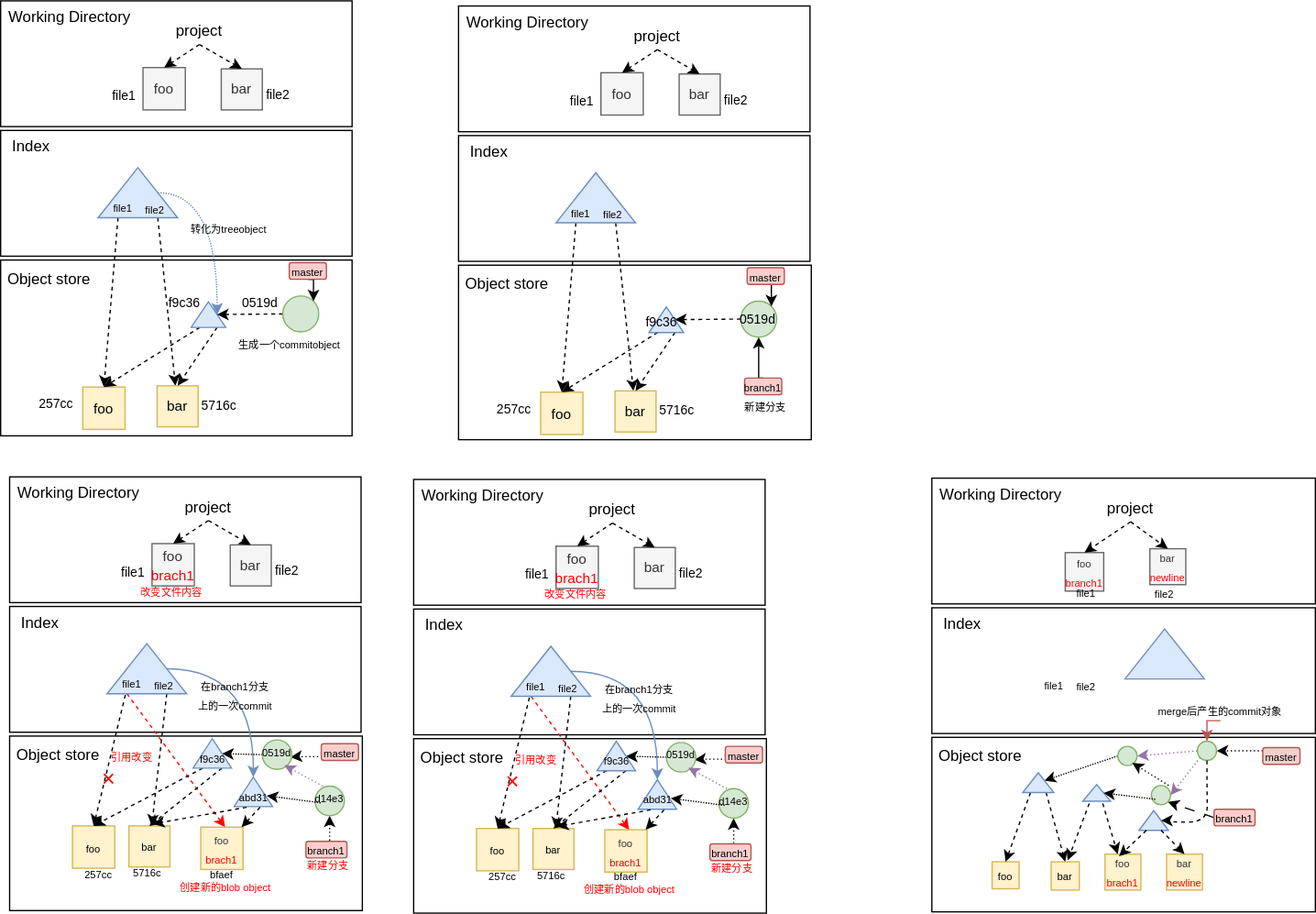
The draw.io diagram git_learning/git内部存储.drawio.svg in SixPlusAndTimes/drawio, before a commit. Source tidied: cells renumbered, new cells last; positions are measured from the earlier drawing's top-left corner, leaving out a move shared by most shapes.
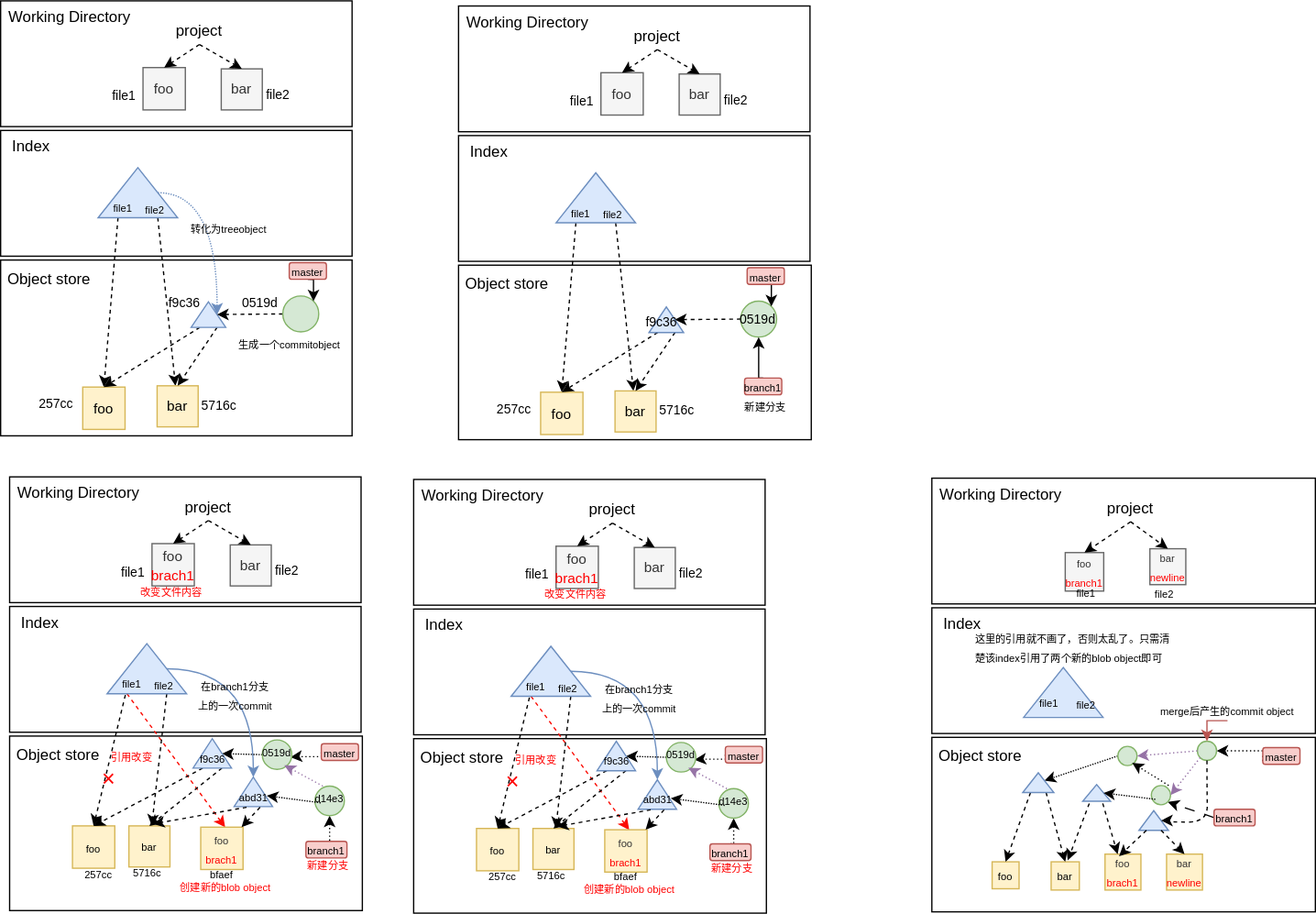
The same file after the commit.

Commit message:
更新git内部存储.drawio.svg

Diff of the diagram source:
```diff
@@ -590,7 +590,7 @@
       <mxGeometry x="897" y="453" width="21" height="18" as="geometry" />
     </mxCell>
     <mxCell id="193" style="triangle;whiteSpace=wrap;html=1;rotation=-90;fillColor=#dae8fc;strokeColor=#6c8ebf;" parent="1" vertex="1">
-      <mxGeometry x="888" y="478" width="39" height="62" as="geometry" />
+      <mxGeometry x="809" y="508" width="39" height="62" as="geometry" />
     </mxCell>
     <mxCell id="194" value="&lt;font style=&quot;font-size: 8px;&quot;&gt;foo&lt;/font&gt;" style="whiteSpace=wrap;html=1;fillColor=#fff2cc;strokeColor=#d6b656;" parent="1" vertex="1">
       <mxGeometry x="773" y="671" width="21" height="21" as="geometry" />
@@ -599,10 +599,10 @@
       <mxGeometry x="819" y="671" width="22" height="22" as="geometry" />
     </mxCell>
     <mxCell id="196" value="&lt;font style=&quot;font-size: 8px;&quot;&gt;file1&lt;/font&gt;" style="text;html=1;align=center;verticalAlign=middle;whiteSpace=wrap;rounded=0;" parent="1" vertex="1">
-      <mxGeometry x="811" y="524" width="21" height="18" as="geometry" />
+      <mxGeometry x="807" y="538" width="21" height="18" as="geometry" />
     </mxCell>
     <mxCell id="197" value="&lt;font style=&quot;font-size: 8px;&quot;&gt;file2&lt;/font&gt;" style="text;html=1;align=center;verticalAlign=middle;whiteSpace=wrap;rounded=0;" parent="1" vertex="1">
-      <mxGeometry x="836" y="525" width="21" height="18" as="geometry" />
+      <mxGeometry x="836" y="539" width="21" height="18" as="geometry" />
     </mxCell>
     <mxCell id="198" style="rounded=0;jettySize=auto;html=1;exitX=0;exitY=0.25;exitDx=0;exitDy=0;entryX=0.5;entryY=0;entryDx=0;entryDy=0;dashed=1;" parent="1" edge="1" source="206" target="194">
       <mxGeometry relative="1" as="geometry" />
@@ -719,8 +719,11 @@
     <mxCell id="228" style="edgeStyle=orthogonalEdgeStyle;rounded=0;jettySize=auto;html=1;exitX=0.5;exitY=1;exitDx=0;exitDy=0;entryX=0.5;entryY=0;entryDx=0;entryDy=0;fillColor=#f8cecc;strokeColor=#b85450;" parent="1" edge="1" source="229" target="224">
       <mxGeometry relative="1" as="geometry" />
     </mxCell>
-    <mxCell id="229" value="&lt;font style=&quot;font-size: 8px;&quot;&gt;merge后产生的commit对象&lt;/font&gt;" style="text;html=1;align=center;verticalAlign=middle;whiteSpace=wrap;rounded=0;" parent="1" vertex="1">
-      <mxGeometry x="900" y="545" width="102" height="16" as="geometry" />
+    <mxCell id="229" value="&lt;font style=&quot;font-size: 8px;&quot;&gt;merge后产生的commit object&lt;/font&gt;" style="text;html=1;align=center;verticalAlign=middle;whiteSpace=wrap;rounded=0;" parent="1" vertex="1">
+      <mxGeometry x="900" y="545" width="113" height="16" as="geometry" />
     </mxCell>
+    <mxCell id="230" value="&lt;font style=&quot;font-size: 8px;&quot;&gt;这里的引用就不画了，否则太乱了。只需清楚该index引用了两个新的blob object即可&lt;/font&gt;" style="text;html=1;align=left;verticalAlign=middle;whiteSpace=wrap;rounded=0;" parent="1" vertex="1">
+      <mxGeometry x="758" y="494" width="157" height="20" as="geometry" />
+    </mxCell>
   </root>
 </mxGraphModel>
```
